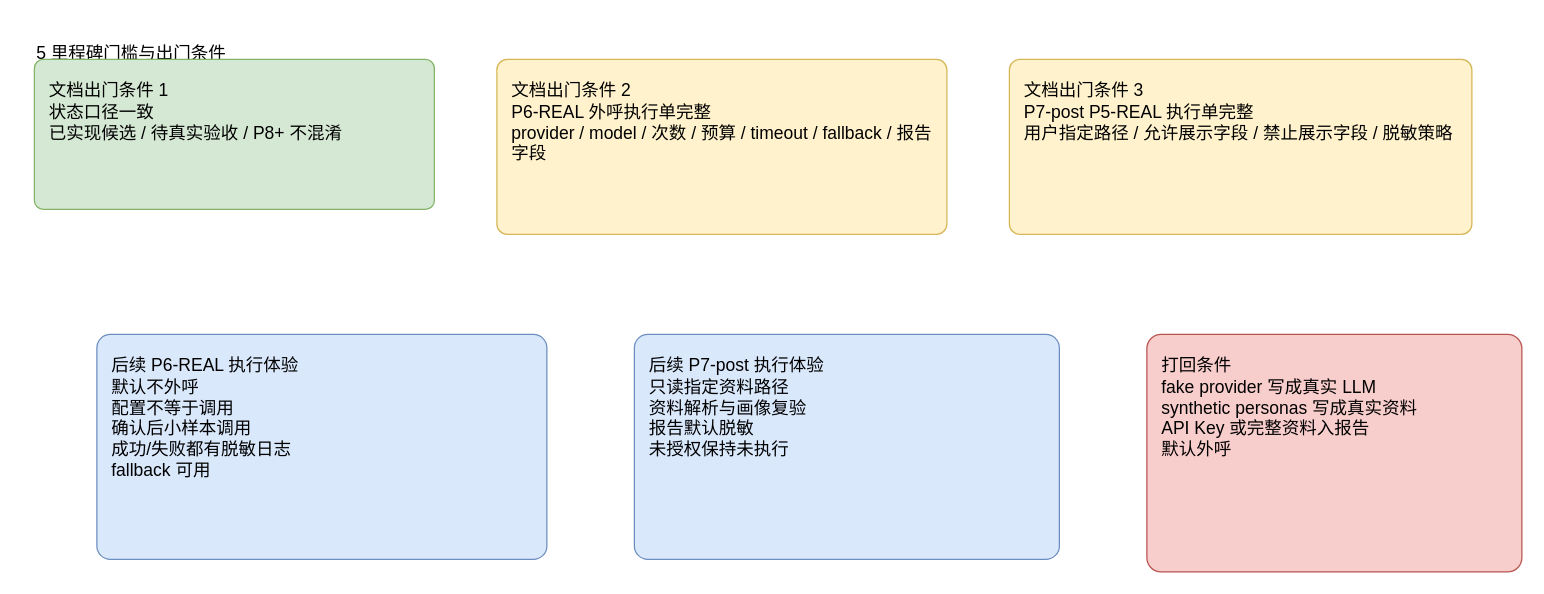
Before: page "5 里程碑门槛与出门条件" (5 of 6) of docs/active/jobpilot-stage-gap-and-acceptance.drawio in ljx418/interview_service, a draw.io diagram. Source tidied: cells renumbered, new cells numbered last; positions are measured from the earlier drawing's top-left corner, leaving out a move shared by most shapes. Both pictures are drawn from the tidied source at 125%, with x=0, y=0 at pixel (21, 21).
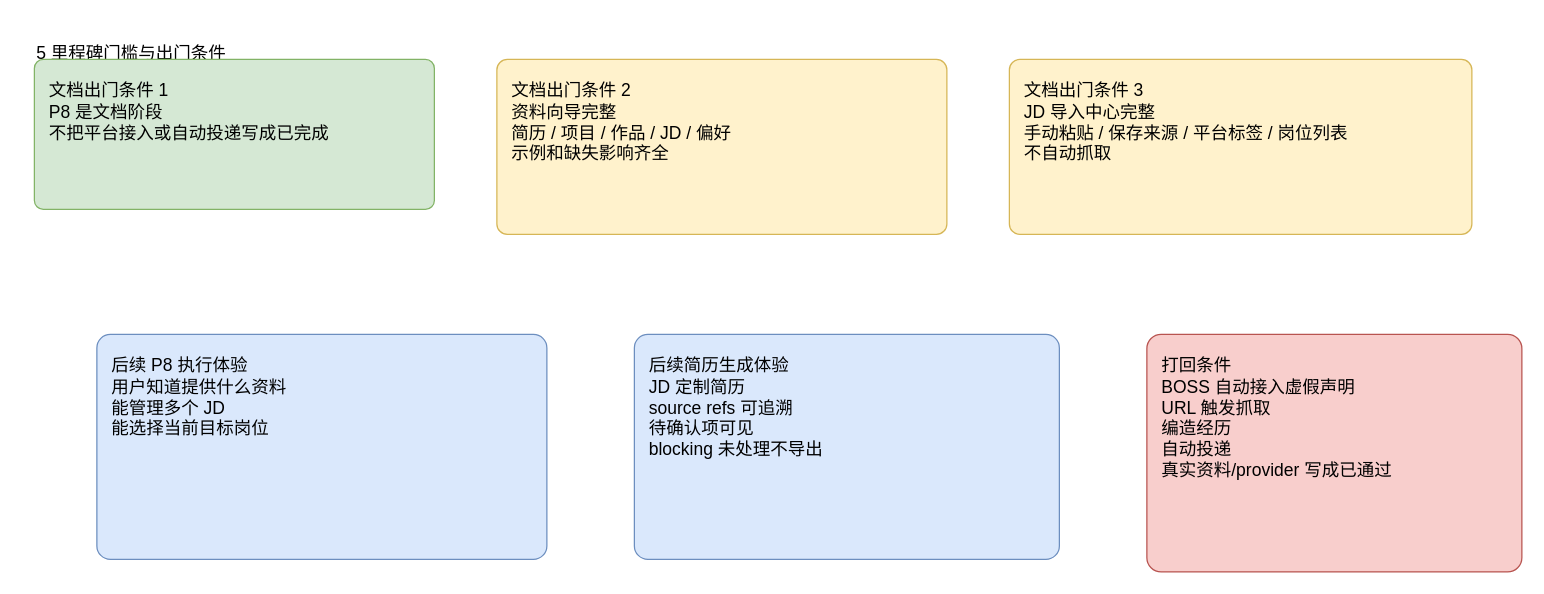
Above is the later version.

Change to the diagram source:
```diff
@@
 <mxGraphModel>
   <root>
     <mxCell id="0" />
     <mxCell id="1" parent="0" />
     <mxCell id="2" value="5 里程碑门槛与出门条件" style="rounded=1;whiteSpace=wrap;html=1;fillColor=#ffffff;strokeColor=#ffffff;fontSize=14;align=left;verticalAlign=top;spacing=12;arcSize=6;" parent="1" vertex="1">
       <mxGeometry width="500" height="40" as="geometry" />
     </mxCell>
-    <mxCell id="3" value="文档出门条件 1&lt;br&gt;状态口径一致&lt;br&gt;已实现候选 / 待真实验收 / P8+ 不混淆" style="rounded=1;whiteSpace=wrap;html=1;fillColor=#d5e8d4;strokeColor=#82b366;fontSize=14;align=left;verticalAlign=top;spacing=12;arcSize=6;" parent="1" vertex="1">
+    <mxCell id="3" value="文档出门条件 1&lt;br&gt;P8 是文档阶段&lt;br&gt;不把平台接入或自动投递写成已完成" style="rounded=1;whiteSpace=wrap;html=1;fillColor=#d5e8d4;strokeColor=#82b366;fontSize=14;align=left;verticalAlign=top;spacing=12;arcSize=6;" parent="1" vertex="1">
       <mxGeometry x="10" y="30" width="320" height="120" as="geometry" />
     </mxCell>
-    <mxCell id="4" value="文档出门条件 2&lt;br&gt;P6-REAL 外呼执行单完整&lt;br&gt;provider / model / 次数 / 预算 / timeout / fallback / 报告字段" style="rounded=1;whiteSpace=wrap;html=1;fillColor=#fff2cc;strokeColor=#d6b656;fontSize=14;align=left;verticalAlign=top;spacing=12;arcSize=6;" parent="1" vertex="1">
+    <mxCell id="4" value="文档出门条件 2&lt;br&gt;资料向导完整&lt;br&gt;简历 / 项目 / 作品 / JD / 偏好&lt;br&gt;示例和缺失影响齐全" style="rounded=1;whiteSpace=wrap;html=1;fillColor=#fff2cc;strokeColor=#d6b656;fontSize=14;align=left;verticalAlign=top;spacing=12;arcSize=6;" parent="1" vertex="1">
       <mxGeometry x="380" y="30" width="360" height="140" as="geometry" />
     </mxCell>
-    <mxCell id="5" value="文档出门条件 3&lt;br&gt;P7-post P5-REAL 执行单完整&lt;br&gt;用户指定路径 / 允许展示字段 / 禁止展示字段 / 脱敏策略" style="rounded=1;whiteSpace=wrap;html=1;fillColor=#fff2cc;strokeColor=#d6b656;fontSize=14;align=left;verticalAlign=top;spacing=12;arcSize=6;" parent="1" vertex="1">
+    <mxCell id="5" value="文档出门条件 3&lt;br&gt;JD 导入中心完整&lt;br&gt;手动粘贴 / 保存来源 / 平台标签 / 岗位列表&lt;br&gt;不自动抓取" style="rounded=1;whiteSpace=wrap;html=1;fillColor=#fff2cc;strokeColor=#d6b656;fontSize=14;align=left;verticalAlign=top;spacing=12;arcSize=6;" parent="1" vertex="1">
       <mxGeometry x="790" y="30" width="370" height="140" as="geometry" />
     </mxCell>
-    <mxCell id="6" value="后续 P6-REAL 执行体验&lt;br&gt;默认不外呼&lt;br&gt;配置不等于调用&lt;br&gt;确认后小样本调用&lt;br&gt;成功/失败都有脱敏日志&lt;br&gt;fallback 可用" style="rounded=1;whiteSpace=wrap;html=1;fillColor=#dae8fc;strokeColor=#6c8ebf;fontSize=14;align=left;verticalAlign=top;spacing=12;arcSize=6;" parent="1" vertex="1">
+    <mxCell id="6" value="后续 P8 执行体验&lt;br&gt;用户知道提供什么资料&lt;br&gt;能管理多个 JD&lt;br&gt;能选择当前目标岗位" style="rounded=1;whiteSpace=wrap;html=1;fillColor=#dae8fc;strokeColor=#6c8ebf;fontSize=14;align=left;verticalAlign=top;spacing=12;arcSize=6;" parent="1" vertex="1">
       <mxGeometry x="60" y="250" width="360" height="180" as="geometry" />
     </mxCell>
-    <mxCell id="7" value="后续 P7-post 执行体验&lt;br&gt;只读指定资料路径&lt;br&gt;资料解析与画像复验&lt;br&gt;报告默认脱敏&lt;br&gt;未授权保持未执行" style="rounded=1;whiteSpace=wrap;html=1;fillColor=#dae8fc;strokeColor=#6c8ebf;fontSize=14;align=left;verticalAlign=top;spacing=12;arcSize=6;" parent="1" vertex="1">
+    <mxCell id="7" value="后续简历生成体验&lt;br&gt;JD 定制简历&lt;br&gt;source refs 可追溯&lt;br&gt;待确认项可见&lt;br&gt;blocking 未处理不导出" style="rounded=1;whiteSpace=wrap;html=1;fillColor=#dae8fc;strokeColor=#6c8ebf;fontSize=14;align=left;verticalAlign=top;spacing=12;arcSize=6;" parent="1" vertex="1">
       <mxGeometry x="490" y="250" width="340" height="180" as="geometry" />
     </mxCell>
-    <mxCell id="8" value="打回条件&lt;br&gt;fake provider 写成真实 LLM&lt;br&gt;synthetic personas 写成真实资料&lt;br&gt;API Key 或完整资料入报告&lt;br&gt;默认外呼" style="rounded=1;whiteSpace=wrap;html=1;fillColor=#f8cecc;strokeColor=#b85450;fontSize=14;align=left;verticalAlign=top;spacing=12;arcSize=6;" parent="1" vertex="1">
+    <mxCell id="8" value="打回条件&lt;br&gt;BOSS 自动接入虚假声明&lt;br&gt;URL 触发抓取&lt;br&gt;编造经历&lt;br&gt;自动投递&lt;br&gt;真实资料/provider 写成已通过" style="rounded=1;whiteSpace=wrap;html=1;fillColor=#f8cecc;strokeColor=#b85450;fontSize=14;align=left;verticalAlign=top;spacing=12;arcSize=6;" parent="1" vertex="1">
       <mxGeometry x="900" y="250" width="300" height="190" as="geometry" />
     </mxCell>
   </root>
 </mxGraphModel>
```
